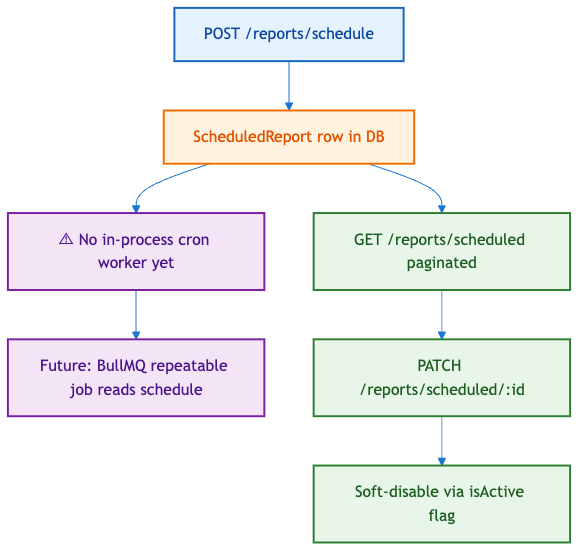
Above: docs/.pdf-assets/diagram-39.png in saeedafri/Employee-management-system (Mermaid), before the change. Its source is kept beside it as docs/.pdf-assets/diagram-39.mmd. The source it was exported from:
```mermaid
flowchart TD
%%{init: {'theme': 'base', 'themeVariables': { 'primaryColor': '#e3f2fd', 'primaryTextColor': '#1565c0', 'lineColor': '#1976d2'}}}%%
HR["POST /reports/schedule"] --> SR["ScheduledReport row in DB"]
    SR --> NOTE["⚠ No in-process cron worker yet"]
    NOTE --> FUTURE["Future: BullMQ repeatable job reads schedule"]
    SR --> LIST["GET /reports/scheduled paginated"]
    LIST --> PATCH["PATCH /reports/scheduled/:id"]
    PATCH --> SOFT["Soft-disable via isActive flag"]

classDef client fill:#e3f2fd,stroke:#1565c0,color:#0d47a1
    classDef api fill:#e8f5e9,stroke:#2e7d32,color:#1b5e20
    classDef db fill:#fff3e0,stroke:#ef6c00,color:#e65100
    classDef external fill:#f3e5f5,stroke:#7b1fa2,color:#4a148c
    classDef warn fill:#ffebee,stroke:#c62828,color:#b71c1c
    class HR client
    class LIST,PATCH,SOFT api
    class SR db
    class FUTURE,NOTE external
```
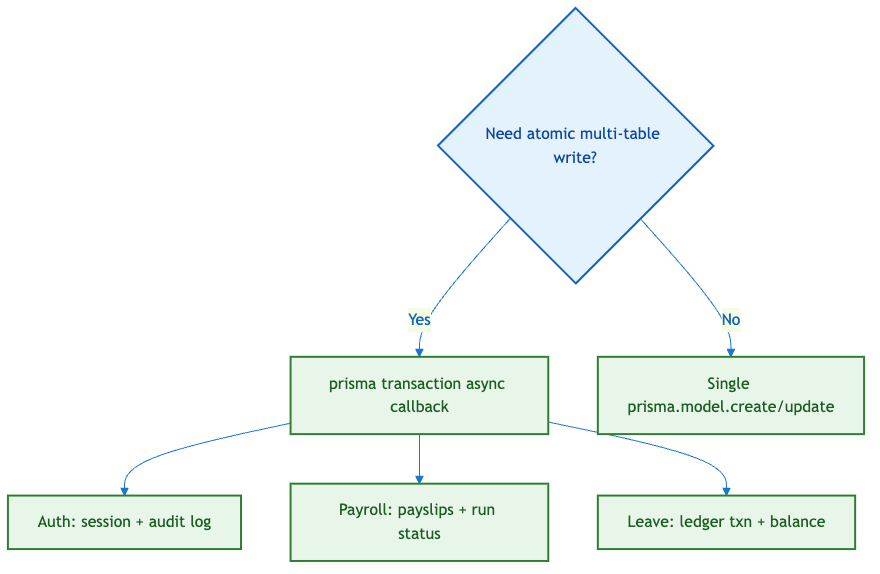
Later version of the same file.

Change to the diagram source:
```diff
@@ -1,18 +1,16 @@
 flowchart TD
 %%{init: {'theme': 'base', 'themeVariables': { 'primaryColor': '#e3f2fd', 'primaryTextColor': '#1565c0', 'lineColor': '#1976d2'}}}%%
-HR["POST /reports/schedule"] --> SR["ScheduledReport row in DB"]
-    SR --> NOTE["⚠ No in-process cron worker yet"]
-    NOTE --> FUTURE["Future: BullMQ repeatable job reads schedule"]
-    SR --> LIST["GET /reports/scheduled paginated"]
-    LIST --> PATCH["PATCH /reports/scheduled/:id"]
-    PATCH --> SOFT["Soft-disable via isActive flag"]
+USE{Need atomic multi-table write?}
+    USE -->|Yes| TX["prisma transaction async callback"]
+    USE -->|No| SINGLE["Single prisma.model.create/update"]
+    TX --> EX1["Auth: session + audit log"]
+    TX --> EX2["Payroll: payslips + run status"]
+    TX --> EX3["Leave: ledger txn + balance"]
 
 classDef client fill:#e3f2fd,stroke:#1565c0,color:#0d47a1
     classDef api fill:#e8f5e9,stroke:#2e7d32,color:#1b5e20
     classDef db fill:#fff3e0,stroke:#ef6c00,color:#e65100
     classDef external fill:#f3e5f5,stroke:#7b1fa2,color:#4a148c
     classDef warn fill:#ffebee,stroke:#c62828,color:#b71c1c
-    class HR client
-    class LIST,PATCH,SOFT api
-    class SR db
-    class FUTURE,NOTE external
+    class USE client
+    class EX1,EX2,EX3,SINGLE,TX api
```
